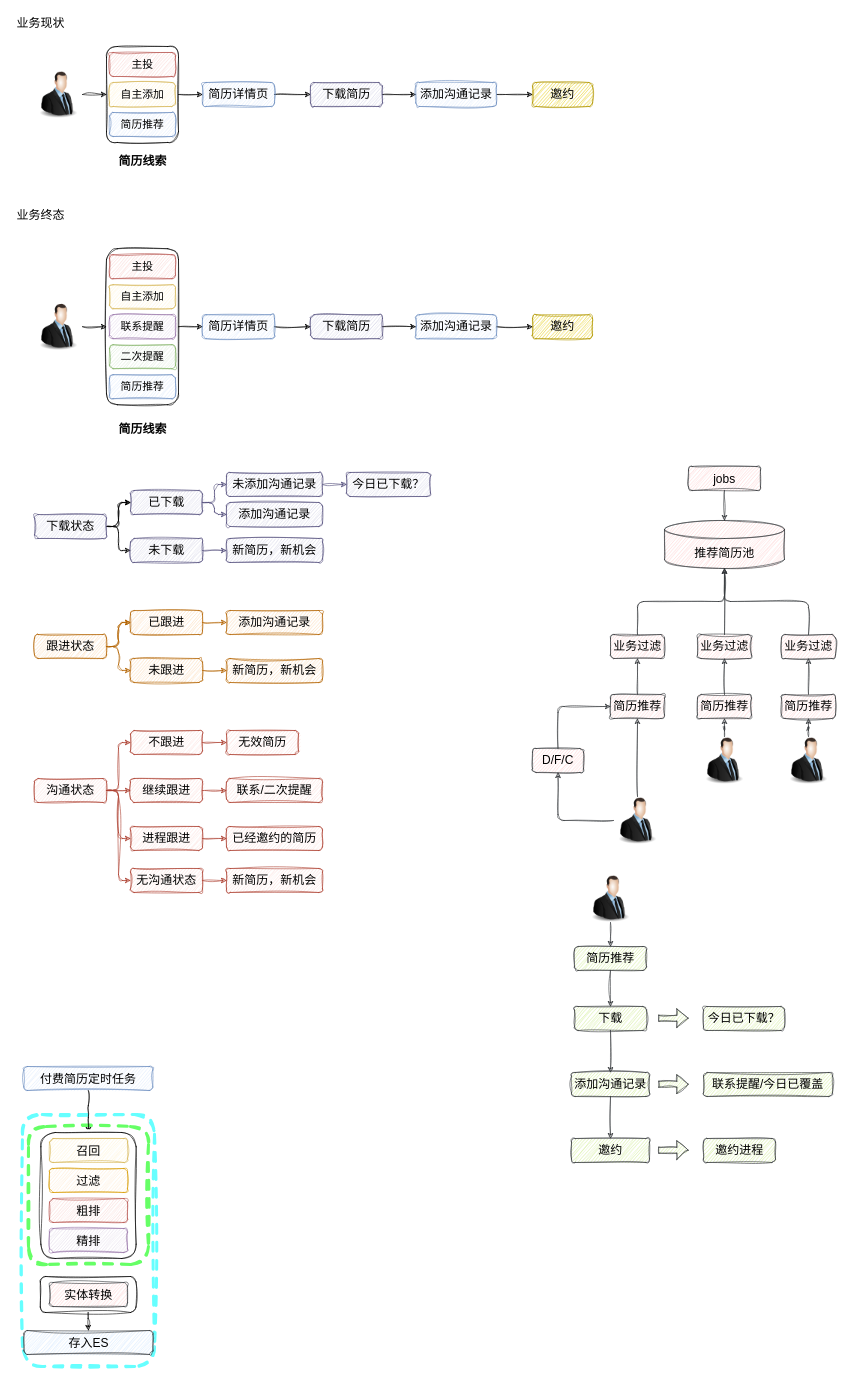
This is 简历推荐优化.drawio from LuOyEbY/draw-b, a draw.io file, before an edit. Source tidied: cells renumbered, new cells numbered last; positions are measured from the earlier drawing's top-left corner, leaving out a move shared by most shapes. Both pictures are drawn from the tidied source at 60%, with x=0, y=0 at pixel (10, 10).
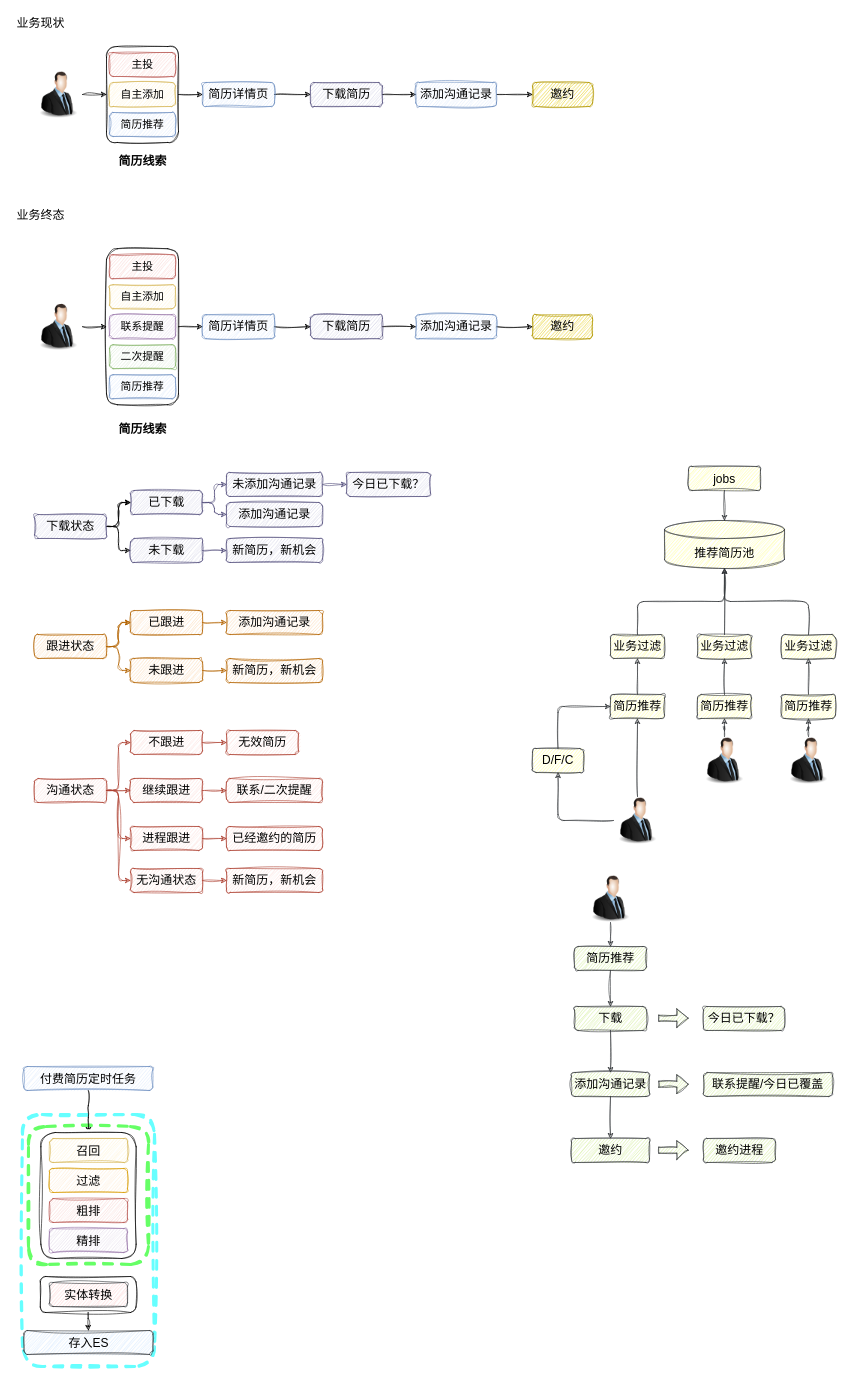
The same diagram, later.

Commit message (it also covers changes not shown here):
更新简历推荐优化.drawio

What changed in the source:
```diff
@@
-    <mxCell id="35" value="jobs" style="rounded=1;whiteSpace=wrap;html=1;fontSize=20;sketch=1;curveFitting=1;jiggle=2;fillColor=#ffcccc;strokeColor=#36393d;labelBackgroundColor=none;" parent="1" vertex="1">
+    <mxCell id="35" value="jobs" style="rounded=1;whiteSpace=wrap;html=1;fontSize=20;sketch=1;curveFitting=1;jiggle=2;fillColor=#ffff88;strokeColor=#36393d;labelBackgroundColor=none;" parent="1" vertex="1">
       <mxGeometry x="1130" y="760" width="120" height="40" as="geometry" />
     </mxCell>
-    <mxCell id="36" value="推荐简历池" style="shape=cylinder3;whiteSpace=wrap;html=1;boundedLbl=1;backgroundOutline=1;size=15;fontSize=20;sketch=1;curveFitting=1;jiggle=2;rounded=1;fillColor=#ffcccc;strokeColor=#36393d;labelBackgroundColor=none;" parent="1" vertex="1">
+    <mxCell id="36" value="推荐简历池" style="shape=cylinder3;whiteSpace=wrap;html=1;boundedLbl=1;backgroundOutline=1;size=15;fontSize=20;sketch=1;curveFitting=1;jiggle=2;rounded=1;fillColor=#ffff88;strokeColor=#36393d;labelBackgroundColor=none;" parent="1" vertex="1">
       <mxGeometry x="1090" y="850" width="200" height="80" as="geometry" />
     </mxCell>
-    <mxCell id="37" style="edgeStyle=orthogonalEdgeStyle;rounded=1;jettySize=auto;html=1;entryX=0.5;entryY=0;entryDx=0;entryDy=0;entryPerimeter=0;sketch=1;curveFitting=1;jiggle=2;fillColor=#ffcccc;strokeColor=#36393d;labelBackgroundColor=none;" parent="1" edge="1" source="35" target="36">
+    <mxCell id="37" style="edgeStyle=orthogonalEdgeStyle;rounded=1;jettySize=auto;html=1;entryX=0.5;entryY=0;entryDx=0;entryDy=0;entryPerimeter=0;sketch=1;curveFitting=1;jiggle=2;fillColor=#ffff88;strokeColor=#36393d;labelBackgroundColor=none;" parent="1" edge="1" source="35" target="36">
       <mxGeometry relative="1" as="geometry" />
     </mxCell>
@@
-    <mxCell id="93" style="edgeStyle=orthogonalEdgeStyle;rounded=1;jettySize=auto;html=1;strokeColor=#36393d;sketch=1;curveFitting=1;jiggle=2;fillColor=#ffcccc;labelBackgroundColor=none;" parent="1" edge="1" source="95" target="97">
+    <mxCell id="93" style="edgeStyle=orthogonalEdgeStyle;rounded=1;jettySize=auto;html=1;strokeColor=#36393d;sketch=1;curveFitting=1;jiggle=2;fillColor=#ffff88;labelBackgroundColor=none;" parent="1" edge="1" source="95" target="97">
       <mxGeometry relative="1" as="geometry" />
     </mxCell>
-    <mxCell id="94" style="edgeStyle=orthogonalEdgeStyle;rounded=1;jettySize=auto;html=1;strokeColor=#36393d;sketch=1;curveFitting=1;jiggle=2;fillColor=#ffcccc;labelBackgroundColor=none;" parent="1" edge="1" source="95" target="113">
+    <mxCell id="94" style="edgeStyle=orthogonalEdgeStyle;rounded=1;jettySize=auto;html=1;strokeColor=#36393d;sketch=1;curveFitting=1;jiggle=2;fillColor=#ffff88;labelBackgroundColor=none;" parent="1" edge="1" source="95" target="113">
       <mxGeometry relative="1" as="geometry" />
     </mxCell>
-    <mxCell id="95" style="image;html=1;image=img/lib/clip_art/people/Suit_Man_128x128.png;sketch=1;curveFitting=1;jiggle=2;rounded=1;fillColor=#ffcccc;strokeColor=#36393d;labelBackgroundColor=none;" parent="1" vertex="1">
+    <mxCell id="95" style="image;html=1;image=img/lib/clip_art/people/Suit_Man_128x128.png;sketch=1;curveFitting=1;jiggle=2;rounded=1;fillColor=#ffff88;strokeColor=#36393d;labelBackgroundColor=none;" parent="1" vertex="1">
       <mxGeometry x="1005" y="1310" width="80" height="80" as="geometry" />
     </mxCell>
-    <mxCell id="96" style="edgeStyle=orthogonalEdgeStyle;rounded=1;jettySize=auto;html=1;strokeColor=#36393d;sketch=1;curveFitting=1;jiggle=2;fillColor=#ffcccc;labelBackgroundColor=none;" parent="1" edge="1" source="97" target="98">
+    <mxCell id="96" style="edgeStyle=orthogonalEdgeStyle;rounded=1;jettySize=auto;html=1;strokeColor=#36393d;sketch=1;curveFitting=1;jiggle=2;fillColor=#ffff88;labelBackgroundColor=none;" parent="1" edge="1" source="97" target="98">
       <mxGeometry relative="1" as="geometry" />
     </mxCell>
-    <mxCell id="97" value="简历推荐" style="whiteSpace=wrap;html=1;verticalAlign=top;labelBackgroundColor=none;fontSize=20;sketch=1;curveFitting=1;jiggle=2;rounded=1;fillColor=#ffcccc;strokeColor=#36393d;" parent="1" vertex="1">
+    <mxCell id="97" value="简历推荐" style="whiteSpace=wrap;html=1;verticalAlign=top;labelBackgroundColor=none;fontSize=20;sketch=1;curveFitting=1;jiggle=2;rounded=1;fillColor=#ffff88;strokeColor=#36393d;" parent="1" vertex="1">
       <mxGeometry x="1000" y="1140" width="90" height="40" as="geometry" />
     </mxCell>
-    <mxCell id="98" value="业务过滤" style="whiteSpace=wrap;html=1;verticalAlign=top;labelBackgroundColor=none;fontSize=20;sketch=1;curveFitting=1;jiggle=2;rounded=1;fillColor=#ffcccc;strokeColor=#36393d;" parent="1" vertex="1">
+    <mxCell id="98" value="业务过滤" style="whiteSpace=wrap;html=1;verticalAlign=top;labelBackgroundColor=none;fontSize=20;sketch=1;curveFitting=1;jiggle=2;rounded=1;fillColor=#ffff88;strokeColor=#36393d;" parent="1" vertex="1">
       <mxGeometry x="1000" y="1040" width="90" height="40" as="geometry" />
     </mxCell>
-    <mxCell id="99" style="edgeStyle=orthogonalEdgeStyle;rounded=1;jettySize=auto;html=1;entryX=0.5;entryY=1;entryDx=0;entryDy=0;entryPerimeter=0;strokeColor=#36393d;sketch=1;curveFitting=1;jiggle=2;fillColor=#ffcccc;labelBackgroundColor=none;" parent="1" edge="1" source="98" target="36">
+    <mxCell id="99" style="edgeStyle=orthogonalEdgeStyle;rounded=1;jettySize=auto;html=1;entryX=0.5;entryY=1;entryDx=0;entryDy=0;entryPerimeter=0;strokeColor=#36393d;sketch=1;curveFitting=1;jiggle=2;fillColor=#ffff88;labelBackgroundColor=none;" parent="1" edge="1" source="98" target="36">
       <mxGeometry relative="1" as="geometry" />
     </mxCell>
-    <mxCell id="100" style="edgeStyle=orthogonalEdgeStyle;rounded=1;jettySize=auto;html=1;sketch=1;curveFitting=1;jiggle=2;fillColor=#ffcccc;strokeColor=#36393d;labelBackgroundColor=none;" parent="1" edge="1" source="101" target="103">
+    <mxCell id="100" style="edgeStyle=orthogonalEdgeStyle;rounded=1;jettySize=auto;html=1;sketch=1;curveFitting=1;jiggle=2;fillColor=#ffff88;strokeColor=#36393d;labelBackgroundColor=none;" parent="1" edge="1" source="101" target="103">
       <mxGeometry relative="1" as="geometry" />
     </mxCell>
-    <mxCell id="101" style="image;html=1;image=img/lib/clip_art/people/Suit_Man_128x128.png;sketch=1;curveFitting=1;jiggle=2;rounded=1;fillColor=#ffcccc;strokeColor=#36393d;labelBackgroundColor=none;" parent="1" vertex="1">
+    <mxCell id="101" style="image;html=1;image=img/lib/clip_art/people/Suit_Man_128x128.png;sketch=1;curveFitting=1;jiggle=2;rounded=1;fillColor=#ffff88;strokeColor=#36393d;labelBackgroundColor=none;" parent="1" vertex="1">
       <mxGeometry x="1150" y="1210" width="80" height="80" as="geometry" />
     </mxCell>
-    <mxCell id="102" style="edgeStyle=orthogonalEdgeStyle;rounded=1;jettySize=auto;html=1;sketch=1;curveFitting=1;jiggle=2;fillColor=#ffcccc;strokeColor=#36393d;labelBackgroundColor=none;" parent="1" edge="1" source="103" target="104">
+    <mxCell id="102" style="edgeStyle=orthogonalEdgeStyle;rounded=1;jettySize=auto;html=1;sketch=1;curveFitting=1;jiggle=2;fillColor=#ffff88;strokeColor=#36393d;labelBackgroundColor=none;" parent="1" edge="1" source="103" target="104">
       <mxGeometry relative="1" as="geometry" />
     </mxCell>
-    <mxCell id="103" value="简历推荐" style="whiteSpace=wrap;html=1;verticalAlign=top;labelBackgroundColor=none;fontSize=20;sketch=1;curveFitting=1;jiggle=2;rounded=1;fillColor=#ffcccc;strokeColor=#36393d;" parent="1" vertex="1">
+    <mxCell id="103" value="简历推荐" style="whiteSpace=wrap;html=1;verticalAlign=top;labelBackgroundColor=none;fontSize=20;sketch=1;curveFitting=1;jiggle=2;rounded=1;fillColor=#ffff88;strokeColor=#36393d;" parent="1" vertex="1">
       <mxGeometry x="1145" y="1140" width="90" height="40" as="geometry" />
     </mxCell>
-    <mxCell id="104" value="业务过滤" style="whiteSpace=wrap;html=1;verticalAlign=top;labelBackgroundColor=none;fontSize=20;sketch=1;curveFitting=1;jiggle=2;rounded=1;fillColor=#ffcccc;strokeColor=#36393d;" parent="1" vertex="1">
+    <mxCell id="104" value="业务过滤" style="whiteSpace=wrap;html=1;verticalAlign=top;labelBackgroundColor=none;fontSize=20;sketch=1;curveFitting=1;jiggle=2;rounded=1;fillColor=#ffff88;strokeColor=#36393d;" parent="1" vertex="1">
       <mxGeometry x="1145" y="1040" width="90" height="40" as="geometry" />
     </mxCell>
-    <mxCell id="105" style="edgeStyle=orthogonalEdgeStyle;rounded=1;jettySize=auto;html=1;entryX=0.5;entryY=1;entryDx=0;entryDy=0;entryPerimeter=0;sketch=1;curveFitting=1;jiggle=2;fillColor=#ffcccc;strokeColor=#36393d;labelBackgroundColor=none;" parent="1" edge="1" source="104" target="36">
+    <mxCell id="105" style="edgeStyle=orthogonalEdgeStyle;rounded=1;jettySize=auto;html=1;entryX=0.5;entryY=1;entryDx=0;entryDy=0;entryPerimeter=0;sketch=1;curveFitting=1;jiggle=2;fillColor=#ffff88;strokeColor=#36393d;labelBackgroundColor=none;" parent="1" edge="1" source="104" target="36">
       <mxGeometry relative="1" as="geometry" />
     </mxCell>
-    <mxCell id="106" style="edgeStyle=orthogonalEdgeStyle;rounded=1;jettySize=auto;html=1;sketch=1;curveFitting=1;jiggle=2;fillColor=#ffcccc;strokeColor=#36393d;labelBackgroundColor=none;" parent="1" edge="1" source="107" target="109">
+    <mxCell id="106" style="edgeStyle=orthogonalEdgeStyle;rounded=1;jettySize=auto;html=1;sketch=1;curveFitting=1;jiggle=2;fillColor=#ffff88;strokeColor=#36393d;labelBackgroundColor=none;" parent="1" edge="1" source="107" target="109">
       <mxGeometry relative="1" as="geometry" />
     </mxCell>
-    <mxCell id="107" style="image;html=1;image=img/lib/clip_art/people/Suit_Man_128x128.png;sketch=1;curveFitting=1;jiggle=2;rounded=1;fillColor=#ffcccc;strokeColor=#36393d;labelBackgroundColor=none;" parent="1" vertex="1">
+    <mxCell id="107" style="image;html=1;image=img/lib/clip_art/people/Suit_Man_128x128.png;sketch=1;curveFitting=1;jiggle=2;rounded=1;fillColor=#ffff88;strokeColor=#36393d;labelBackgroundColor=none;" parent="1" vertex="1">
       <mxGeometry x="1290" y="1210" width="80" height="80" as="geometry" />
     </mxCell>
-    <mxCell id="108" style="edgeStyle=orthogonalEdgeStyle;rounded=1;jettySize=auto;html=1;sketch=1;curveFitting=1;jiggle=2;fillColor=#ffcccc;strokeColor=#36393d;labelBackgroundColor=none;" parent="1" edge="1" source="109" target="110">
+    <mxCell id="108" style="edgeStyle=orthogonalEdgeStyle;rounded=1;jettySize=auto;html=1;sketch=1;curveFitting=1;jiggle=2;fillColor=#ffff88;strokeColor=#36393d;labelBackgroundColor=none;" parent="1" edge="1" source="109" target="110">
       <mxGeometry relative="1" as="geometry" />
     </mxCell>
-    <mxCell id="109" value="简历推荐" style="whiteSpace=wrap;html=1;verticalAlign=top;labelBackgroundColor=none;fontSize=20;sketch=1;curveFitting=1;jiggle=2;rounded=1;fillColor=#ffcccc;strokeColor=#36393d;" parent="1" vertex="1">
+    <mxCell id="109" value="简历推荐" style="whiteSpace=wrap;html=1;verticalAlign=top;labelBackgroundColor=none;fontSize=20;sketch=1;curveFitting=1;jiggle=2;rounded=1;fillColor=#ffff88;strokeColor=#36393d;" parent="1" vertex="1">
       <mxGeometry x="1285" y="1140" width="90" height="40" as="geometry" />
     </mxCell>
-    <mxCell id="110" value="业务过滤" style="whiteSpace=wrap;html=1;verticalAlign=top;labelBackgroundColor=none;fontSize=20;sketch=1;curveFitting=1;jiggle=2;rounded=1;fillColor=#ffcccc;strokeColor=#36393d;" parent="1" vertex="1">
+    <mxCell id="110" value="业务过滤" style="whiteSpace=wrap;html=1;verticalAlign=top;labelBackgroundColor=none;fontSize=20;sketch=1;curveFitting=1;jiggle=2;rounded=1;fillColor=#ffff88;strokeColor=#36393d;" parent="1" vertex="1">
       <mxGeometry x="1285" y="1040" width="90" height="40" as="geometry" />
     </mxCell>
-    <mxCell id="111" style="edgeStyle=orthogonalEdgeStyle;rounded=1;jettySize=auto;html=1;entryX=0.5;entryY=1;entryDx=0;entryDy=0;entryPerimeter=0;sketch=1;curveFitting=1;jiggle=2;fillColor=#ffcccc;strokeColor=#36393d;labelBackgroundColor=none;" parent="1" edge="1" source="110" target="36">
+    <mxCell id="111" style="edgeStyle=orthogonalEdgeStyle;rounded=1;jettySize=auto;html=1;entryX=0.5;entryY=1;entryDx=0;entryDy=0;entryPerimeter=0;sketch=1;curveFitting=1;jiggle=2;fillColor=#ffff88;strokeColor=#36393d;labelBackgroundColor=none;" parent="1" edge="1" source="110" target="36">
       <mxGeometry relative="1" as="geometry" />
     </mxCell>
-    <mxCell id="112" style="edgeStyle=orthogonalEdgeStyle;rounded=1;jettySize=auto;html=1;entryX=0;entryY=0.5;entryDx=0;entryDy=0;strokeColor=#36393d;sketch=1;curveFitting=1;jiggle=2;fillColor=#ffcccc;labelBackgroundColor=none;" parent="1" edge="1" source="113" target="97">
+    <mxCell id="112" style="edgeStyle=orthogonalEdgeStyle;rounded=1;jettySize=auto;html=1;entryX=0;entryY=0.5;entryDx=0;entryDy=0;strokeColor=#36393d;sketch=1;curveFitting=1;jiggle=2;fillColor=#ffff88;labelBackgroundColor=none;" parent="1" edge="1" source="113" target="97">
       <mxGeometry relative="1" as="geometry">
         <Array as="points">
           <mxPoint x="913" y="1160" />
         </Array>
       </mxGeometry>
     </mxCell>
-    <mxCell id="113" value="D/F/C" style="whiteSpace=wrap;html=1;verticalAlign=top;labelBackgroundColor=none;fontSize=20;sketch=1;curveFitting=1;jiggle=2;rounded=1;fillColor=#ffcccc;strokeColor=#36393d;" parent="1" vertex="1">
+    <mxCell id="113" value="D/F/C" style="whiteSpace=wrap;html=1;verticalAlign=top;labelBackgroundColor=none;fontSize=20;sketch=1;curveFitting=1;jiggle=2;rounded=1;fillColor=#ffff88;strokeColor=#36393d;" parent="1" vertex="1">
       <mxGeometry x="870" y="1230" width="85" height="40" as="geometry" />
     </mxCell>
```
